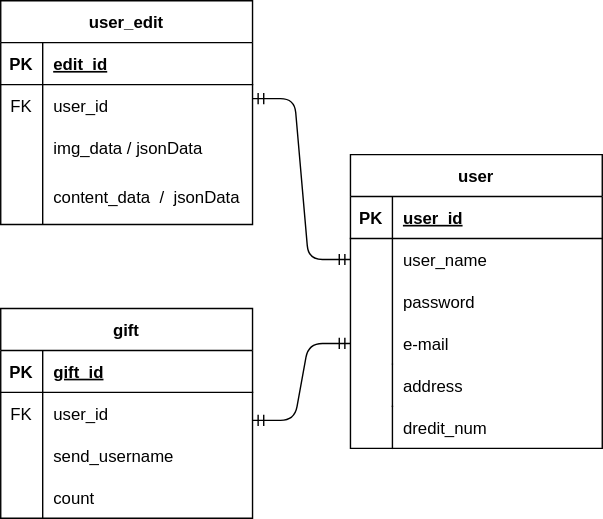
Before: DB_ER/ER.drawio.svg, a diagram exported from draw.io (DEJIBUMI-Development-team/HEW_IH12_5). Source tidied: cells renumbered, new cells last; positions are measured from the earlier drawing's top-left corner, leaving out a move shared by most shapes.
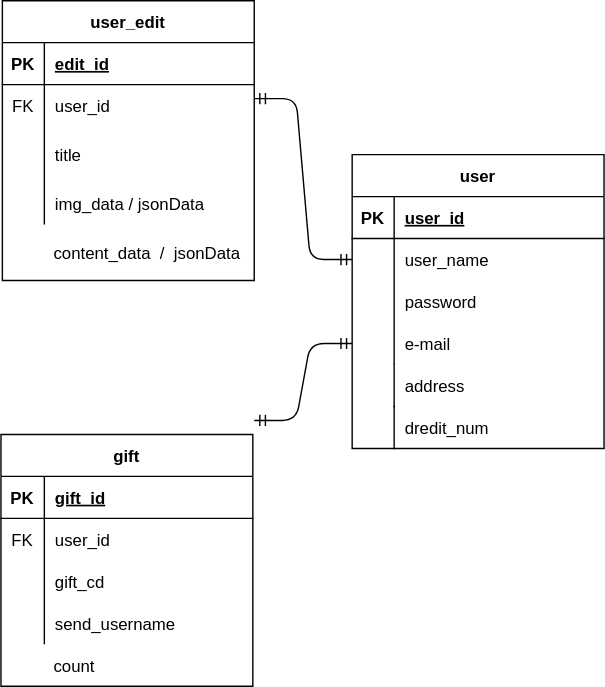
After the change.

What changed in the source:
```diff
@@ -3,7 +3,7 @@
     <mxCell id="0" />
     <mxCell id="1" parent="0" />
     <mxCell id="2" value="user_edit" style="shape=table;startSize=30;rowLines=0;fontStyle=1;align=center;" parent="1" vertex="1">
-      <mxGeometry width="180" height="160" as="geometry" />
+      <mxGeometry width="180" height="200" as="geometry" />
     </mxCell>
     <mxCell id="3" style="shape=partialRectangle;fillColor=none;top=0;left=0;bottom=1;right=0;" parent="2" vertex="1">
       <mxGeometry y="30" width="180" height="30" as="geometry" />
@@ -23,8 +23,17 @@
     <mxCell id="8" value="user_id" style="shape=partialRectangle;fillColor=none;top=0;left=0;bottom=0;right=0;align=left;spacingLeft=6;overflow=hidden;" parent="6" vertex="1">
       <mxGeometry x="30" width="150" height="30" as="geometry" />
     </mxCell>
+    <mxCell id="12" style="shape=partialRectangle;fillColor=none;top=0;left=0;bottom=0;right=0;" parent="2" vertex="1">
+      <mxGeometry y="90" width="180" height="40" as="geometry" />
+    </mxCell>
+    <mxCell id="13" style="shape=partialRectangle;fillColor=none;top=0;left=0;bottom=0;right=0;overflow=hidden;" parent="12" vertex="1">
+      <mxGeometry width="30" height="40" as="geometry" />
+    </mxCell>
+    <mxCell id="14" value="title" style="shape=partialRectangle;fillColor=none;top=0;left=0;bottom=0;right=0;align=left;spacingLeft=6;overflow=hidden;" parent="12" vertex="1">
+      <mxGeometry x="30" width="150" height="40" as="geometry" />
+    </mxCell>
     <mxCell id="9" style="shape=partialRectangle;fillColor=none;top=0;left=0;bottom=0;right=0;" parent="2" vertex="1">
-      <mxGeometry y="90" width="180" height="30" as="geometry" />
+      <mxGeometry y="130" width="180" height="30" as="geometry" />
     </mxCell>
     <mxCell id="10" style="shape=partialRectangle;fillColor=none;top=0;left=0;bottom=0;right=0;overflow=hidden;" parent="9" vertex="1">
       <mxGeometry width="30" height="30" as="geometry" />
@@ -32,15 +41,6 @@
     <mxCell id="11" value="img_data / jsonData" style="shape=partialRectangle;fillColor=none;top=0;left=0;bottom=0;right=0;align=left;spacingLeft=6;overflow=hidden;" parent="9" vertex="1">
       <mxGeometry x="30" width="150" height="30" as="geometry" />
     </mxCell>
-    <mxCell id="12" style="shape=partialRectangle;fillColor=none;top=0;left=0;bottom=0;right=0;" parent="2" vertex="1">
-      <mxGeometry y="120" width="180" height="40" as="geometry" />
-    </mxCell>
-    <mxCell id="13" style="shape=partialRectangle;fillColor=none;top=0;left=0;bottom=0;right=0;overflow=hidden;" parent="12" vertex="1">
-      <mxGeometry width="30" height="40" as="geometry" />
-    </mxCell>
-    <mxCell id="14" value="content_data  /  jsonData" style="shape=partialRectangle;fillColor=none;top=0;left=0;bottom=0;right=0;align=left;spacingLeft=6;overflow=hidden;" parent="12" vertex="1">
-      <mxGeometry x="30" width="150" height="40" as="geometry" />
-    </mxCell>
     <mxCell id="15" value="user" style="shape=table;startSize=30;rowLines=0;fontStyle=1;align=center;" parent="1" vertex="1">
       <mxGeometry x="250" y="110" width="180" height="210" as="geometry" />
     </mxCell>
@@ -81,44 +81,44 @@
       <mxGeometry x="30" width="150" height="30" as="geometry" />
     </mxCell>
     <mxCell id="28" value="gift" style="shape=table;startSize=30;rowLines=0;fontStyle=1;align=center;" parent="1" vertex="1">
-      <mxGeometry y="220" width="180" height="150" as="geometry" />
+      <mxGeometry x="-1" y="310" width="180" height="180" as="geometry" />
     </mxCell>
     <mxCell id="29" style="shape=partialRectangle;fillColor=none;top=0;left=0;bottom=1;right=0;" parent="28" vertex="1">
       <mxGeometry y="30" width="180" height="30" as="geometry" />
     </mxCell>
     <mxCell id="30" value="PK" style="shape=partialRectangle;fillColor=none;top=0;left=0;bottom=0;right=0;fontStyle=1;overflow=hidden;" parent="29" vertex="1">
-      <mxGeometry width="30" height="30" as="geometry" />
+      <mxGeometry width="31" height="30" as="geometry" />
     </mxCell>
     <mxCell id="31" value="gift_id" style="shape=partialRectangle;fillColor=none;top=0;left=0;bottom=0;right=0;align=left;spacingLeft=6;fontStyle=5;overflow=hidden;" parent="29" vertex="1">
-      <mxGeometry x="30" width="150" height="30" as="geometry" />
+      <mxGeometry x="31" width="149" height="30" as="geometry" />
     </mxCell>
     <mxCell id="32" style="shape=partialRectangle;fillColor=none;top=0;left=0;bottom=0;right=0;" parent="28" vertex="1">
       <mxGeometry y="60" width="180" height="30" as="geometry" />
     </mxCell>
     <mxCell id="33" value="FK" style="shape=partialRectangle;fillColor=none;top=0;left=0;bottom=0;right=0;overflow=hidden;" parent="32" vertex="1">
-      <mxGeometry width="30" height="30" as="geometry" />
+      <mxGeometry width="31" height="30" as="geometry" />
     </mxCell>
     <mxCell id="34" value="user_id" style="shape=partialRectangle;fillColor=none;top=0;left=0;bottom=0;right=0;align=left;spacingLeft=6;overflow=hidden;" parent="32" vertex="1">
-      <mxGeometry x="30" width="150" height="30" as="geometry" />
+      <mxGeometry x="31" width="149" height="30" as="geometry" />
     </mxCell>
+    <mxCell id="38" style="shape=partialRectangle;fillColor=none;top=0;left=0;bottom=0;right=0;" parent="28" vertex="1">
+      <mxGeometry y="90" width="180" height="30" as="geometry" />
+    </mxCell>
+    <mxCell id="39" style="shape=partialRectangle;fillColor=none;top=0;left=0;bottom=0;right=0;overflow=hidden;" parent="38" vertex="1">
+      <mxGeometry width="31" height="30" as="geometry" />
+    </mxCell>
+    <mxCell id="40" value="gift_cd" style="shape=partialRectangle;fillColor=none;top=0;left=0;bottom=0;right=0;align=left;spacingLeft=6;overflow=hidden;" parent="38" vertex="1">
+      <mxGeometry x="31" width="149" height="30" as="geometry" />
+    </mxCell>
     <mxCell id="35" style="shape=partialRectangle;fillColor=none;top=0;left=0;bottom=0;right=0;" parent="28" vertex="1">
-      <mxGeometry y="90" width="180" height="30" as="geometry" />
+      <mxGeometry y="120" width="180" height="30" as="geometry" />
     </mxCell>
     <mxCell id="36" style="shape=partialRectangle;fillColor=none;top=0;left=0;bottom=0;right=0;overflow=hidden;" parent="35" vertex="1">
-      <mxGeometry width="30" height="30" as="geometry" />
+      <mxGeometry width="31" height="30" as="geometry" />
     </mxCell>
     <mxCell id="37" value="send_username" style="shape=partialRectangle;fillColor=none;top=0;left=0;bottom=0;right=0;align=left;spacingLeft=6;overflow=hidden;" parent="35" vertex="1">
-      <mxGeometry x="30" width="150" height="30" as="geometry" />
+      <mxGeometry x="31" width="149" height="30" as="geometry" />
     </mxCell>
-    <mxCell id="38" style="shape=partialRectangle;fillColor=none;top=0;left=0;bottom=0;right=0;" parent="28" vertex="1">
-      <mxGeometry y="120" width="180" height="30" as="geometry" />
-    </mxCell>
-    <mxCell id="39" style="shape=partialRectangle;fillColor=none;top=0;left=0;bottom=0;right=0;overflow=hidden;" parent="38" vertex="1">
-      <mxGeometry width="30" height="30" as="geometry" />
-    </mxCell>
-    <mxCell id="40" value="count" style="shape=partialRectangle;fillColor=none;top=0;left=0;bottom=0;right=0;align=left;spacingLeft=6;overflow=hidden;" parent="38" vertex="1">
-      <mxGeometry x="30" width="150" height="30" as="geometry" />
-    </mxCell>
     <mxCell id="41" style="shape=partialRectangle;fillColor=none;top=0;left=0;bottom=0;right=0;" parent="1" vertex="1">
       <mxGeometry x="250" y="260" width="180" height="30" as="geometry" />
     </mxCell>
@@ -147,5 +147,17 @@
         <mxPoint x="180" y="300" as="sourcePoint" />
       </mxGeometry>
     </mxCell>
+    <mxCell id="49" value="content_data  /  jsonData" style="shape=partialRectangle;fillColor=none;top=0;left=0;bottom=0;right=0;align=left;spacingLeft=6;overflow=hidden;perimeterSpacing=4;strokeWidth=3;strokeColor=default;labelBorderColor=none;" parent="1" vertex="1">
+      <mxGeometry x="29" y="160" width="150" height="40" as="geometry" />
+    </mxCell>
+    <mxCell id="50" style="shape=partialRectangle;fillColor=none;top=0;left=0;bottom=0;right=0;" parent="1" vertex="1">
+      <mxGeometry x="-1" y="460" width="180" height="30" as="geometry" />
+    </mxCell>
+    <mxCell id="51" style="shape=partialRectangle;fillColor=none;top=0;left=0;bottom=0;right=0;overflow=hidden;" parent="50" vertex="1">
+      <mxGeometry width="30" height="30" as="geometry" />
+    </mxCell>
+    <mxCell id="52" value="count" style="shape=partialRectangle;fillColor=none;top=0;left=0;bottom=0;right=0;align=left;spacingLeft=6;overflow=hidden;strokeColor=default;perimeterSpacing=1;" parent="50" vertex="1">
+      <mxGeometry x="30" width="150" height="30" as="geometry" />
+    </mxCell>
   </root>
 </mxGraphModel>
```
